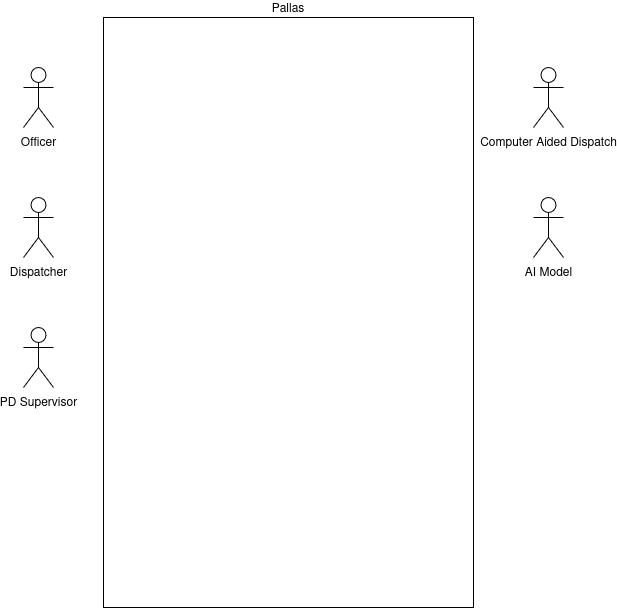
Before: Week_4/Wright_UMLCaseDiagram.drawio.png, a diagram exported from draw.io (bama730/CS_3332). Source tidied: cells renumbered, new cells last; positions are measured from the earlier drawing's top-left corner, leaving out a move shared by most shapes.
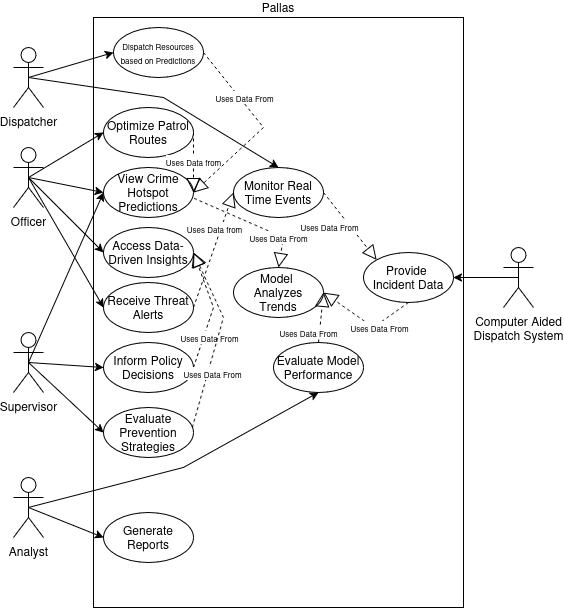
The same diagram one commit later.

Diff of the diagram source:
```diff
@@ -3,22 +3,194 @@
     <mxCell id="0" />
     <mxCell id="1" parent="0" />
     <mxCell id="2" value="Pallas" style="rounded=0;whiteSpace=wrap;align=center;horizontal=1;html=1;labelPosition=center;verticalLabelPosition=top;verticalAlign=bottom;" parent="1" vertex="1">
-      <mxGeometry x="80" width="370" height="590" as="geometry" />
+      <mxGeometry x="80" y="-80" width="370" height="590" as="geometry" />
     </mxCell>
     <mxCell id="3" value="Officer" style="shape=umlActor;verticalLabelPosition=bottom;verticalAlign=top;html=1;outlineConnect=0;" parent="1" vertex="1">
       <mxGeometry y="50" width="30" height="60" as="geometry" />
     </mxCell>
     <mxCell id="4" value="Dispatcher" style="shape=umlActor;verticalLabelPosition=bottom;verticalAlign=top;html=1;outlineConnect=0;" parent="1" vertex="1">
-      <mxGeometry y="180" width="30" height="60" as="geometry" />
+      <mxGeometry y="-50" width="30" height="60" as="geometry" />
     </mxCell>
-    <mxCell id="5" value="PD Supervisor" style="shape=umlActor;verticalLabelPosition=bottom;verticalAlign=top;html=1;outlineConnect=0;" parent="1" vertex="1">
-      <mxGeometry y="310" width="30" height="60" as="geometry" />
+    <mxCell id="5" value="Supervisor" style="shape=umlActor;verticalLabelPosition=bottom;verticalAlign=top;html=1;outlineConnect=0;" parent="1" vertex="1">
+      <mxGeometry y="235" width="30" height="60" as="geometry" />
     </mxCell>
-    <mxCell id="6" value="Computer Aided Dispatch" style="shape=umlActor;verticalLabelPosition=bottom;verticalAlign=top;html=1;" parent="1" vertex="1">
-      <mxGeometry x="510" y="50" width="30" height="60" as="geometry" />
-    </mxCell>
-    <mxCell id="7" value="AI Model" style="shape=umlActor;verticalLabelPosition=bottom;verticalAlign=top;html=1;" parent="1" vertex="1">
-      <mxGeometry x="510" y="180" width="30" height="60" as="geometry" />
+    <mxCell id="7" value="Analyst" style="shape=umlActor;verticalLabelPosition=bottom;verticalAlign=top;html=1;" parent="1" vertex="1">
+      <mxGeometry y="380" width="30" height="60" as="geometry" />
     </mxCell>
+    <mxCell id="8" value="Optimize Patrol Routes" style="ellipse;whiteSpace=wrap;html=1;" parent="1" vertex="1">
+      <mxGeometry x="90" y="10" width="90" height="50" as="geometry" />
+    </mxCell>
+    <mxCell id="9" value="View Crime Hotspot Predictions" style="ellipse;whiteSpace=wrap;html=1;" parent="1" vertex="1">
+      <mxGeometry x="90" y="70" width="90" height="50" as="geometry" />
+    </mxCell>
+    <mxCell id="10" value="Access Data-Driven Insights" style="ellipse;whiteSpace=wrap;html=1;" parent="1" vertex="1">
+      <mxGeometry x="90" y="130" width="90" height="50" as="geometry" />
+    </mxCell>
+    <mxCell id="11" value="Receive Threat Alerts" style="ellipse;whiteSpace=wrap;html=1;" parent="1" vertex="1">
+      <mxGeometry x="90" y="185" width="90" height="50" as="geometry" />
+    </mxCell>
+    <mxCell id="12" style="endArrow=classic;html=1;rounded=0;exitX=0.5;exitY=0.5;exitDx=0;exitDy=0;exitPerimeter=0;entryX=0;entryY=0.5;entryDx=0;entryDy=0;" parent="1" edge="1" source="3" target="8">
+      <mxGeometry relative="1" as="geometry" />
+    </mxCell>
+    <mxCell id="13" style="endArrow=classic;html=1;rounded=0;exitX=0.5;exitY=0.5;exitDx=0;exitDy=0;exitPerimeter=0;entryX=0;entryY=0.5;entryDx=0;entryDy=0;" parent="1" edge="1" source="3" target="9">
+      <mxGeometry relative="1" as="geometry" />
+    </mxCell>
+    <mxCell id="14" style="endArrow=classic;html=1;rounded=0;exitX=0.5;exitY=0.5;exitDx=0;exitDy=0;exitPerimeter=0;entryX=0;entryY=0.5;entryDx=0;entryDy=0;" parent="1" edge="1" source="3" target="10">
+      <mxGeometry relative="1" as="geometry" />
+    </mxCell>
+    <mxCell id="15" style="endArrow=classic;html=1;rounded=0;exitX=0.5;exitY=0.5;exitDx=0;exitDy=0;exitPerimeter=0;entryX=0;entryY=0.5;entryDx=0;entryDy=0;" parent="1" edge="1" source="3" target="11">
+      <mxGeometry relative="1" as="geometry" />
+    </mxCell>
+    <mxCell id="16" style="endArrow=block;dashed=1;endFill=0;endSize=12;html=1;rounded=0;entryX=1;entryY=0.5;entryDx=0;entryDy=0;exitX=1;exitY=0.5;exitDx=0;exitDy=0;" parent="1" edge="1" source="8" target="9">
+      <mxGeometry relative="1" as="geometry" />
+    </mxCell>
+    <mxCell id="17" value="&lt;font style=&quot;font-size: 8px;&quot;&gt;Uses Data from&lt;/font&gt;" style="edgeLabel;html=1;align=center;verticalAlign=middle;" parent="16" vertex="1">
+      <mxGeometry x="-0.13" relative="1" as="geometry">
+        <mxPoint y="3" as="offset" />
+      </mxGeometry>
+    </mxCell>
+    <mxCell id="18" value="Inform Policy Decisions" style="ellipse;whiteSpace=wrap;html=1;" parent="1" vertex="1">
+      <mxGeometry x="90" y="245" width="90" height="50" as="geometry" />
+    </mxCell>
+    <mxCell id="19" style="endArrow=block;dashed=1;endFill=0;endSize=12;html=1;rounded=0;exitX=1;exitY=0.5;exitDx=0;exitDy=0;entryX=1;entryY=0.5;entryDx=0;entryDy=0;" parent="1" edge="1" source="18" target="10">
+      <mxGeometry relative="1" as="geometry">
+        <Array as="points">
+          <mxPoint x="200" y="210" />
+        </Array>
+      </mxGeometry>
+    </mxCell>
+    <mxCell id="20" value="&lt;font style=&quot;font-size: 8px;&quot;&gt;Uses Data From&lt;/font&gt;" style="edgeLabel;html=1;align=center;verticalAlign=middle;" parent="19" vertex="1">
+      <mxGeometry x="-0.26" y="-1" relative="1" as="geometry">
+        <mxPoint y="12" as="offset" />
+      </mxGeometry>
+    </mxCell>
+    <mxCell id="21" style="endArrow=classic;html=1;rounded=0;exitX=0.5;exitY=0.5;exitDx=0;exitDy=0;exitPerimeter=0;entryX=0;entryY=0.5;entryDx=0;entryDy=0;" parent="1" edge="1" source="5" target="9">
+      <mxGeometry relative="1" as="geometry" />
+    </mxCell>
+    <mxCell id="22" style="endArrow=classic;html=1;rounded=0;exitX=0.5;exitY=0.5;exitDx=0;exitDy=0;exitPerimeter=0;entryX=0;entryY=0.5;entryDx=0;entryDy=0;" parent="1" edge="1" source="5" target="18">
+      <mxGeometry relative="1" as="geometry" />
+    </mxCell>
+    <mxCell id="23" value="Evaluate Prevention Strategies" style="ellipse;whiteSpace=wrap;html=1;" parent="1" vertex="1">
+      <mxGeometry x="90" y="310" width="90" height="50" as="geometry" />
+    </mxCell>
+    <mxCell id="24" style="endArrow=classic;html=1;rounded=0;exitX=0.5;exitY=0.5;exitDx=0;exitDy=0;exitPerimeter=0;entryX=0;entryY=0.5;entryDx=0;entryDy=0;" parent="1" edge="1" source="5" target="23">
+      <mxGeometry relative="1" as="geometry" />
+    </mxCell>
+    <mxCell id="25" value="Monitor Real Time Events" style="ellipse;whiteSpace=wrap;html=1;" parent="1" vertex="1">
+      <mxGeometry x="220" y="70" width="90" height="50" as="geometry" />
+    </mxCell>
+    <mxCell id="26" style="endArrow=block;dashed=1;endFill=0;endSize=12;html=1;rounded=0;exitX=1;exitY=0.5;exitDx=0;exitDy=0;entryX=0;entryY=0.5;entryDx=0;entryDy=0;" parent="1" edge="1" source="11" target="25">
+      <mxGeometry relative="1" as="geometry" />
+    </mxCell>
+    <mxCell id="27" value="&lt;font style=&quot;font-size: 8px;&quot;&gt;Uses Data from&lt;/font&gt;" style="edgeLabel;html=1;align=center;verticalAlign=middle;" parent="26" vertex="1">
+      <mxGeometry x="-0.13" relative="1" as="geometry">
+        <mxPoint x="3" y="-30" as="offset" />
+      </mxGeometry>
+    </mxCell>
+    <mxCell id="28" style="endArrow=classic;html=1;rounded=0;exitX=0.5;exitY=0.5;exitDx=0;exitDy=0;exitPerimeter=0;entryX=0.5;entryY=0;entryDx=0;entryDy=0;" parent="1" edge="1" source="4" target="25">
+      <mxGeometry relative="1" as="geometry">
+        <Array as="points">
+          <mxPoint x="150" />
+        </Array>
+      </mxGeometry>
+    </mxCell>
+    <mxCell id="29" value="&lt;div&gt;Model&amp;nbsp;&lt;/div&gt;&lt;div&gt;Analyzes Trends&lt;/div&gt;" style="ellipse;whiteSpace=wrap;html=1;" parent="1" vertex="1">
+      <mxGeometry x="220" y="170" width="90" height="50" as="geometry" />
+    </mxCell>
+    <mxCell id="30" style="endArrow=block;dashed=1;endFill=0;endSize=12;html=1;rounded=0;exitX=1.006;exitY=0.617;exitDx=0;exitDy=0;entryX=0.5;entryY=0;entryDx=0;entryDy=0;exitPerimeter=0;" parent="1" edge="1" source="9" target="29">
+      <mxGeometry relative="1" as="geometry">
+        <Array as="points">
+          <mxPoint x="270" y="140" />
+        </Array>
+      </mxGeometry>
+    </mxCell>
+    <mxCell id="31" value="&lt;font style=&quot;font-size: 8px;&quot;&gt;Uses Data From&lt;/font&gt;" style="edgeLabel;html=1;align=center;verticalAlign=middle;" parent="30" vertex="1">
+      <mxGeometry x="-0.26" y="-1" relative="1" as="geometry">
+        <mxPoint x="41" y="19" as="offset" />
+      </mxGeometry>
+    </mxCell>
+    <mxCell id="32" style="endArrow=block;dashed=1;endFill=0;endSize=12;html=1;rounded=0;exitX=0.987;exitY=0.4;exitDx=0;exitDy=0;entryX=1;entryY=0.5;entryDx=0;entryDy=0;exitPerimeter=0;" parent="1" edge="1" source="23" target="10">
+      <mxGeometry relative="1" as="geometry">
+        <Array as="points">
+          <mxPoint x="210" y="220" />
+        </Array>
+      </mxGeometry>
+    </mxCell>
+    <mxCell id="33" value="&lt;font style=&quot;font-size: 8px;&quot;&gt;Uses Data From&lt;/font&gt;" style="edgeLabel;html=1;align=center;verticalAlign=middle;" parent="32" vertex="1">
+      <mxGeometry x="-0.26" y="-1" relative="1" as="geometry">
+        <mxPoint y="12" as="offset" />
+      </mxGeometry>
+    </mxCell>
+    <mxCell id="34" value="Evaluate Model Performance" style="ellipse;whiteSpace=wrap;html=1;" parent="1" vertex="1">
+      <mxGeometry x="260" y="245" width="90" height="50" as="geometry" />
+    </mxCell>
+    <mxCell id="35" style="endArrow=block;dashed=1;endFill=0;endSize=12;html=1;rounded=0;exitX=0.5;exitY=0;exitDx=0;exitDy=0;entryX=1;entryY=0.5;entryDx=0;entryDy=0;" parent="1" edge="1" source="34" target="29">
+      <mxGeometry relative="1" as="geometry" />
+    </mxCell>
+    <mxCell id="36" value="&lt;font style=&quot;font-size: 8px;&quot;&gt;Uses Data From&lt;/font&gt;" style="edgeLabel;html=1;align=center;verticalAlign=middle;" parent="35" vertex="1">
+      <mxGeometry x="-0.26" y="-1" relative="1" as="geometry">
+        <mxPoint x="-13" y="8" as="offset" />
+      </mxGeometry>
+    </mxCell>
+    <mxCell id="37" style="endArrow=classic;html=1;rounded=0;exitX=0.5;exitY=0.5;exitDx=0;exitDy=0;exitPerimeter=0;entryX=0.5;entryY=1;entryDx=0;entryDy=0;" parent="1" edge="1" source="7" target="34">
+      <mxGeometry relative="1" as="geometry">
+        <Array as="points">
+          <mxPoint x="170" y="370" />
+        </Array>
+      </mxGeometry>
+    </mxCell>
+    <mxCell id="38" value="Generate Reports" style="ellipse;whiteSpace=wrap;html=1;" parent="1" vertex="1">
+      <mxGeometry x="90" y="415" width="90" height="50" as="geometry" />
+    </mxCell>
+    <mxCell id="39" style="endArrow=classic;html=1;rounded=0;exitX=0.5;exitY=0.5;exitDx=0;exitDy=0;exitPerimeter=0;entryX=0;entryY=0.5;entryDx=0;entryDy=0;" parent="1" edge="1" source="7" target="38">
+      <mxGeometry relative="1" as="geometry" />
+    </mxCell>
+    <mxCell id="40" value="&lt;font style=&quot;font-size: 8px;&quot;&gt;Dispatch Resources based on Predictions&lt;/font&gt;" style="ellipse;whiteSpace=wrap;html=1;" parent="1" vertex="1">
+      <mxGeometry x="100" y="-70" width="90" height="50" as="geometry" />
+    </mxCell>
+    <mxCell id="41" style="endArrow=classic;html=1;rounded=0;exitX=0.5;exitY=0.5;exitDx=0;exitDy=0;exitPerimeter=0;entryX=0;entryY=0.5;entryDx=0;entryDy=0;" parent="1" edge="1" source="4" target="40">
+      <mxGeometry relative="1" as="geometry" />
+    </mxCell>
+    <mxCell id="42" value="&lt;div&gt;Computer Aided&lt;/div&gt;&lt;div&gt;Dispatch System&lt;br&gt;&lt;/div&gt;" style="shape=umlActor;verticalLabelPosition=bottom;verticalAlign=top;html=1;outlineConnect=0;" parent="1" vertex="1">
+      <mxGeometry x="490" y="150" width="30" height="60" as="geometry" />
+    </mxCell>
+    <mxCell id="43" value="&lt;div&gt;Provide&amp;nbsp;&lt;/div&gt;&lt;div&gt;Incident Data&lt;/div&gt;" style="ellipse;whiteSpace=wrap;html=1;" parent="1" vertex="1">
+      <mxGeometry x="350" y="155" width="90" height="50" as="geometry" />
+    </mxCell>
+    <mxCell id="44" style="endArrow=classic;html=1;rounded=0;exitX=0.5;exitY=0.5;exitDx=0;exitDy=0;exitPerimeter=0;entryX=1;entryY=0.5;entryDx=0;entryDy=0;" parent="1" edge="1" source="42" target="43">
+      <mxGeometry relative="1" as="geometry" />
+    </mxCell>
+    <mxCell id="45" style="endArrow=block;dashed=1;endFill=0;endSize=12;html=1;rounded=0;exitX=0.5;exitY=1;exitDx=0;exitDy=0;entryX=1;entryY=0.5;entryDx=0;entryDy=0;" parent="1" edge="1" source="43" target="29">
+      <mxGeometry relative="1" as="geometry">
+        <Array as="points">
+          <mxPoint x="360" y="230" />
+        </Array>
+      </mxGeometry>
+    </mxCell>
+    <mxCell id="46" value="&lt;font style=&quot;font-size: 8px;&quot;&gt;Uses Data From&lt;/font&gt;" style="edgeLabel;html=1;align=center;verticalAlign=middle;" parent="45" vertex="1">
+      <mxGeometry x="-0.26" y="-1" relative="1" as="geometry">
+        <mxPoint x="2" y="3" as="offset" />
+      </mxGeometry>
+    </mxCell>
+    <mxCell id="47" style="endArrow=block;dashed=1;endFill=0;endSize=12;html=1;rounded=0;exitX=1;exitY=0.5;exitDx=0;exitDy=0;entryX=0;entryY=0;entryDx=0;entryDy=0;" parent="1" edge="1" source="25" target="43">
+      <mxGeometry relative="1" as="geometry" />
+    </mxCell>
+    <mxCell id="48" value="&lt;font style=&quot;font-size: 8px;&quot;&gt;Uses Data From&lt;/font&gt;" style="edgeLabel;html=1;align=center;verticalAlign=middle;" parent="47" vertex="1">
+      <mxGeometry x="-0.26" y="-1" relative="1" as="geometry">
+        <mxPoint x="-13" y="8" as="offset" />
+      </mxGeometry>
+    </mxCell>
+    <mxCell id="49" style="endArrow=block;dashed=1;endFill=0;endSize=12;html=1;rounded=0;exitX=1;exitY=0.5;exitDx=0;exitDy=0;entryX=1;entryY=0.5;entryDx=0;entryDy=0;" parent="1" edge="1" source="40" target="9">
+      <mxGeometry relative="1" as="geometry">
+        <Array as="points">
+          <mxPoint x="250" y="30" />
+        </Array>
+      </mxGeometry>
+    </mxCell>
+    <mxCell id="50" value="&lt;font style=&quot;font-size: 8px;&quot;&gt;Uses Data From&lt;/font&gt;" style="edgeLabel;html=1;align=center;verticalAlign=middle;" parent="49" vertex="1">
+      <mxGeometry x="-0.26" y="-1" relative="1" as="geometry">
+        <mxPoint x="-3" y="-11" as="offset" />
+      </mxGeometry>
+    </mxCell>
   </root>
 </mxGraphModel>
```
